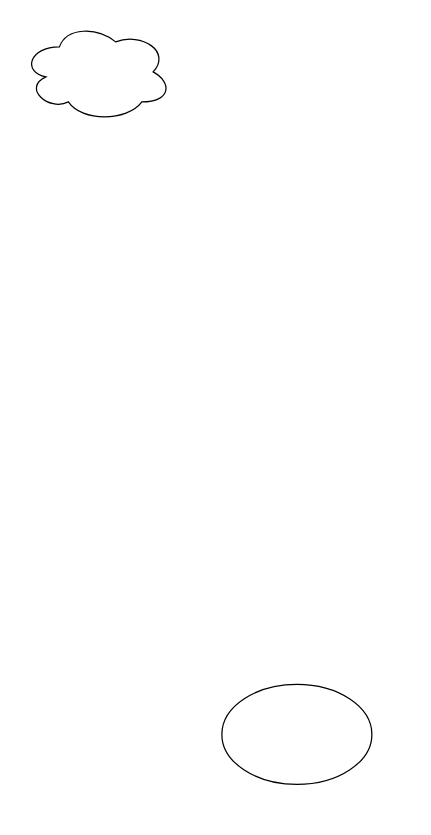
The draw.io diagram 未命名绘图.drawio in Wicklele/draw, before the edit. Source tidied: cells renumbered, new cells numbered last; positions are measured from the earlier drawing's top-left corner, leaving out a move shared by most shapes. Both pictures are drawn from the tidied source at 125%, with x=0, y=0 at pixel (21, 21).
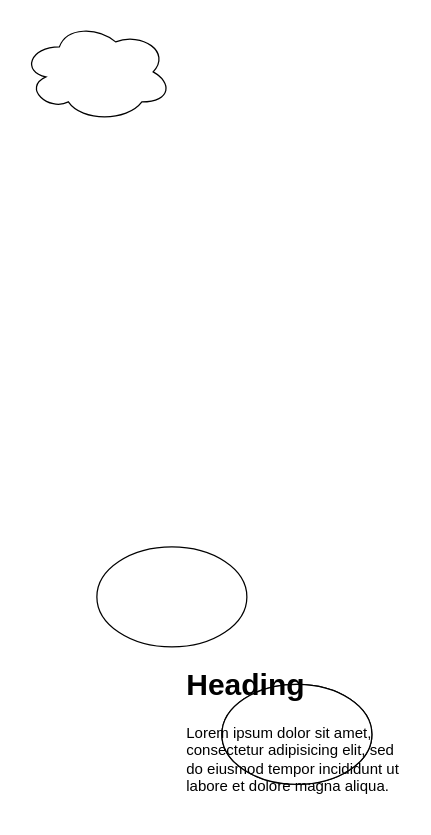
Above is the later version.

Change to the diagram source:
```diff
@@
 <mxGraphModel>
   <root>
     <mxCell id="0" />
     <mxCell id="1" parent="0" />
     <mxCell id="2" style="ellipse;shape=cloud;whiteSpace=wrap;html=1;" parent="1" vertex="1">
       <mxGeometry width="120" height="80" as="geometry" />
     </mxCell>
     <mxCell id="3" style="ellipse;whiteSpace=wrap;html=1;" parent="1" vertex="1">
       <mxGeometry x="160" y="530" width="120" height="80" as="geometry" />
     </mxCell>
+    <mxCell id="4" style="ellipse;whiteSpace=wrap;html=1;" parent="1" vertex="1">
+      <mxGeometry x="160" y="530" width="120" height="80" as="geometry" />
+    </mxCell>
+    <mxCell id="5" value="&lt;h1 style=&quot;margin-top: 0px;&quot;&gt;Heading&lt;/h1&gt;&lt;p&gt;Lorem ipsum dolor sit amet, consectetur adipisicing elit, sed do eiusmod tempor incididunt ut labore et dolore magna aliqua.&lt;/p&gt;" style="text;html=1;whiteSpace=wrap;overflow=hidden;rounded=0;" parent="1" vertex="1">
+      <mxGeometry x="130" y="510" width="180" height="120" as="geometry" />
+    </mxCell>
+    <mxCell id="6" style="ellipse;whiteSpace=wrap;html=1;" parent="1" vertex="1">
+      <mxGeometry x="60" y="420" width="120" height="80" as="geometry" />
+    </mxCell>
   </root>
 </mxGraphModel>
```
